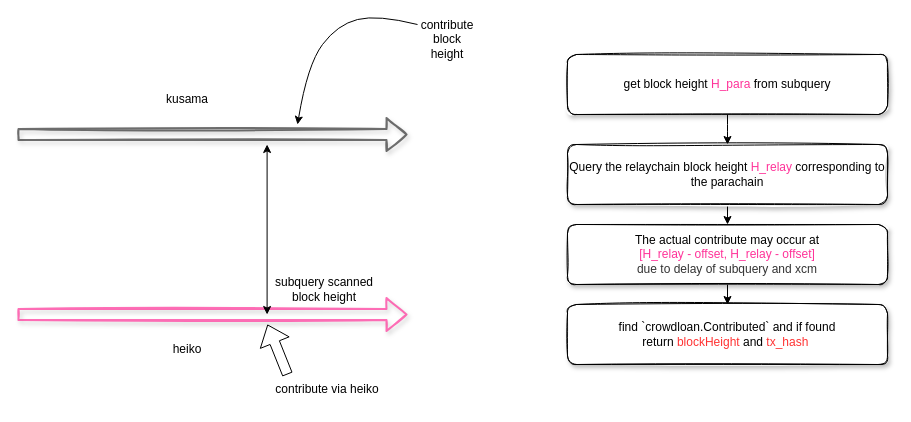
0xrjman/resources keeps this draw.io diagram as drawio/kusama-v2-exporter.drawio. Above is the earlier version. Source tidied: cells renumbered, new cells numbered last; positions are measured from the earlier drawing's top-left corner, leaving out a move shared by most shapes. Both pictures are drawn from the tidied source at 100%, with x=0, y=0 at pixel (17, 14).
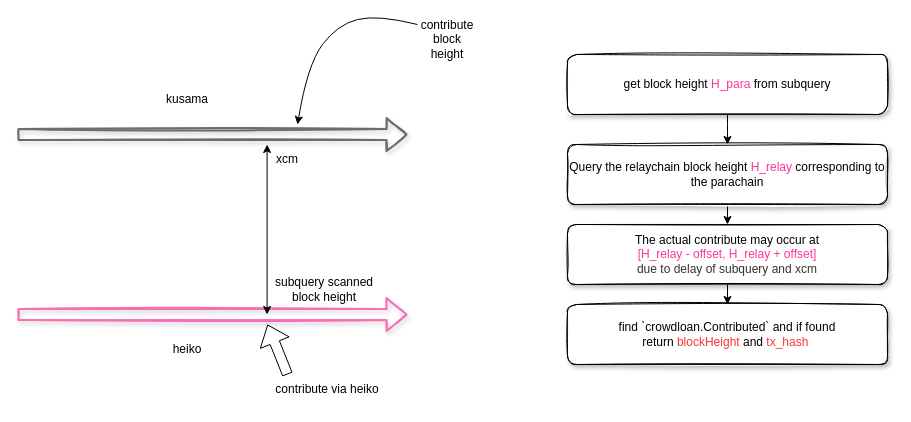
After the change.

Change to the diagram source:
```diff
@@
-    <mxCell id="17" value="The actual contribute may occur at&lt;br&gt;&lt;font color=&quot;#ff3399&quot;&gt;[H_relay - offset, H_relay - offset]&lt;/font&gt;&lt;br&gt;&lt;font color=&quot;#333333&quot;&gt;due to delay of subquery and xcm&lt;/font&gt;" style="whiteSpace=wrap;html=1;rounded=1;gradientColor=none;glass=0;shadow=1;sketch=1;" parent="1" vertex="1">
+    <mxCell id="17" value="The actual contribute may occur at&lt;br&gt;&lt;font color=&quot;#ff3399&quot;&gt;[H_relay - offset, H_relay + offset]&lt;/font&gt;&lt;br&gt;&lt;font color=&quot;#333333&quot;&gt;due to delay of subquery and xcm&lt;/font&gt;" style="whiteSpace=wrap;html=1;rounded=1;gradientColor=none;glass=0;shadow=1;sketch=1;" parent="1" vertex="1">
       <mxGeometry x="550" y="210" width="320" height="60" as="geometry" />
     </mxCell>
@@
+    <mxCell id="19" value="xcm" style="text;html=1;strokeColor=none;fillColor=none;align=center;verticalAlign=middle;whiteSpace=wrap;rounded=0;" parent="1" vertex="1">
+      <mxGeometry x="240" y="130" width="60" height="30" as="geometry" />
+    </mxCell>
```
